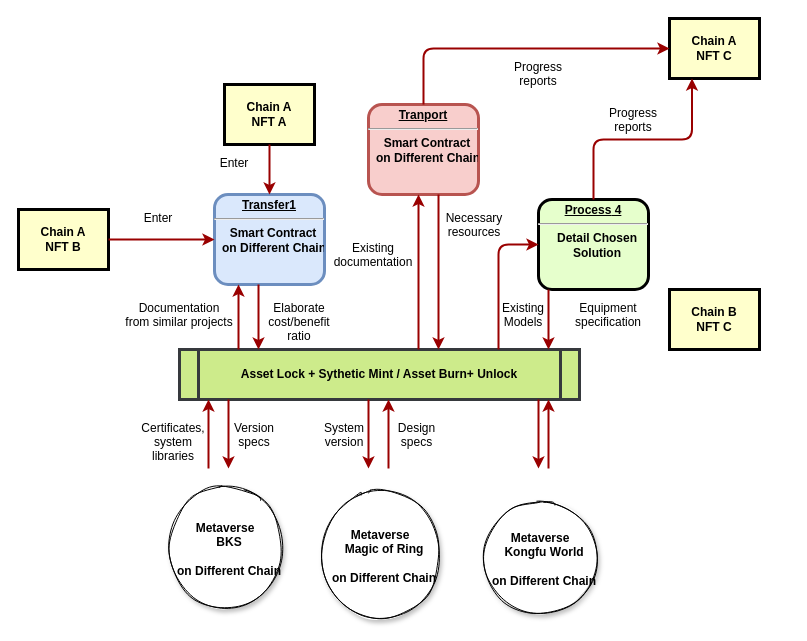
The draw.io diagram doc/Textverse-flow.drawio in twinsant/ethos, before the edit. Source tidied: cells renumbered, new cells numbered last; positions are measured from the earlier drawing's top-left corner, leaving out a move shared by most shapes. Both pictures are drawn from the tidied source at 100%, with x=0, y=0 at pixel (18, 18).
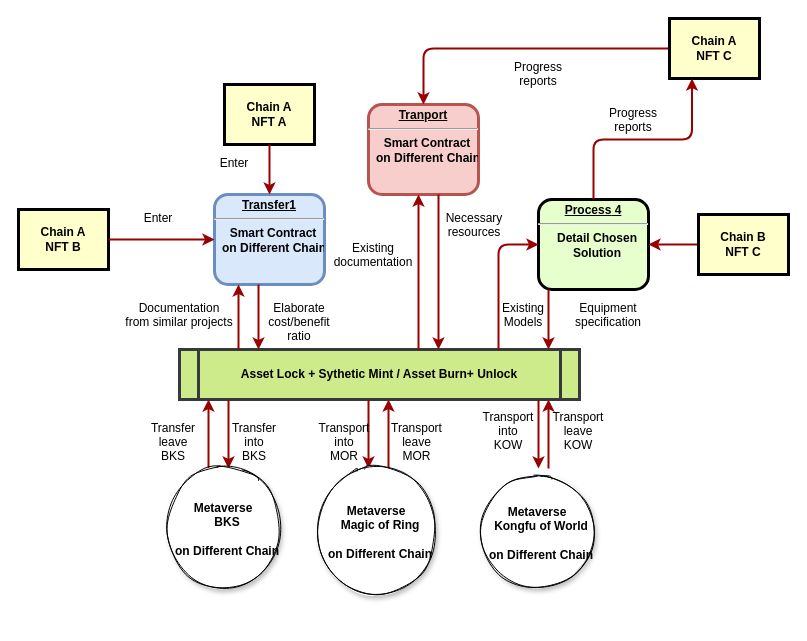
The same diagram, later.

The change refers to these unchanged cells:
```xml
<mxCell id="6" value="&lt;p style=&quot;margin: 0px ; margin-top: 4px ; text-align: center ; text-decoration: underline&quot;&gt;&lt;strong&gt;Tranport&lt;br&gt;&lt;/strong&gt;&lt;/p&gt;&lt;hr&gt;&lt;p style=&quot;margin: 0px 0px 0px 8px&quot;&gt;Smart Contract&lt;/p&gt;&lt;p style=&quot;margin: 0px 0px 0px 8px&quot;&gt;on Different Chain&lt;/p&gt;&lt;p style=&quot;margin: 0px 0px 0px 8px&quot;&gt;&lt;br&gt;&lt;/p&gt;" style="verticalAlign=middle;align=center;overflow=fill;fontSize=12;fontFamily=Helvetica;html=1;rounded=1;fontStyle=1;strokeWidth=3;fillColor=#f8cecc;strokeColor=#b85450;" parent="1" vertex="1">
  <mxGeometry x="350" y="86" width="110" height="90" as="geometry" />
</mxCell>
<mxCell id="7" value="&lt;p style=&quot;margin: 0px; margin-top: 4px; text-align: center; text-decoration: underline;&quot;&gt;&lt;strong&gt;&lt;strong&gt;Process&lt;/strong&gt; 4&lt;br /&gt;&lt;/strong&gt;&lt;/p&gt;&lt;hr /&gt;&lt;p style=&quot;margin: 0px; margin-left: 8px;&quot;&gt;Detail Chosen&lt;/p&gt;&lt;p style=&quot;margin: 0px; margin-left: 8px;&quot;&gt;Solution&lt;/p&gt;" style="verticalAlign=middle;align=center;overflow=fill;fontSize=12;fontFamily=Helvetica;html=1;rounded=1;fontStyle=1;strokeWidth=3;fillColor=#E6FFCC;" parent="1" vertex="1">
  <mxGeometry x="520" y="181" width="110" height="90" as="geometry" />
</mxCell>
<mxCell id="8" value="Chain A&#10;NFT C" style="whiteSpace=wrap;align=center;verticalAlign=middle;fontStyle=1;strokeWidth=3;fillColor=#FFFFCC;" parent="1" vertex="1">
  <mxGeometry x="651" width="90" height="60" as="geometry" />
</mxCell>
```

The edit, as a diff of the source:
```diff
@@
+    <mxCell id="43" style="edgeStyle=orthogonalEdgeStyle;rounded=1;jettySize=auto;html=1;exitX=0;exitY=0.5;exitDx=0;exitDy=0;entryX=0.5;entryY=0;entryDx=0;entryDy=0;strokeColor=#990000;strokeWidth=2;" parent="1" edge="1" source="8" target="6">
+      <mxGeometry relative="1" as="geometry" />
+    </mxCell>
@@
+    <mxCell id="44" style="edgeStyle=orthogonalEdgeStyle;rounded=1;jettySize=auto;html=1;exitX=0;exitY=0.5;exitDx=0;exitDy=0;entryX=1;entryY=0.5;entryDx=0;entryDy=0;strokeColor=#990000;strokeWidth=2;" parent="1" edge="1" source="9" target="7">
+      <mxGeometry relative="1" as="geometry" />
+    </mxCell>
     <mxCell id="9" value="Chain B&#10;NFT C" style="whiteSpace=wrap;align=center;verticalAlign=middle;fontStyle=1;strokeWidth=3;fillColor=#FFFFCC;" parent="1" vertex="1">
-      <mxGeometry x="651" y="271" width="90" height="60" as="geometry" />
+      <mxGeometry x="680" y="196" width="90" height="60" as="geometry" />
     </mxCell>
@@
-    <mxCell id="24" style="edgeStyle=elbowEdgeStyle;elbow=horizontal;strokeColor=#990000;strokeWidth=2;" parent="1" edge="1" source="6" target="8">
-      <mxGeometry relative="1" as="geometry">
-        <Array as="points">
-          <mxPoint x="405" y="80" />
-        </Array>
-      </mxGeometry>
-    </mxCell>
@@
-    <mxCell id="34" value="Version&#10;specs" style="text;spacingTop=-5;align=center;" parent="1" vertex="1">
+    <mxCell id="34" value="Transfer&#10;into&#10;BKS" style="text;spacingTop=-5;align=center;" parent="1" vertex="1">
       <mxGeometry x="221" y="401" width="30" height="20" as="geometry" />
     </mxCell>
-    <mxCell id="35" value="Certificates,&#10;system&#10;libraries" style="text;spacingTop=-5;align=center;" parent="1" vertex="1">
+    <mxCell id="35" value="Transfer&#10;leave&#10;BKS" style="text;spacingTop=-5;align=center;" parent="1" vertex="1">
       <mxGeometry x="140" y="401" width="30" height="20" as="geometry" />
     </mxCell>
@@
-    <mxCell id="38" value="Design&#10;specs" style="text;spacingTop=-5;align=center;" parent="1" vertex="1">
+    <mxCell id="38" value="Transport&#10;leave&#10;MOR" style="text;spacingTop=-5;align=center;" parent="1" vertex="1">
       <mxGeometry x="383.5" y="401" width="30" height="20" as="geometry" />
     </mxCell>
-    <mxCell id="39" value="System&#10;version" style="text;spacingTop=-5;align=center;" parent="1" vertex="1">
+    <mxCell id="39" value="Transport&#10;into&#10;MOR" style="text;spacingTop=-5;align=center;" parent="1" vertex="1">
       <mxGeometry x="311" y="401" width="30" height="20" as="geometry" />
     </mxCell>
     <mxCell id="40" value="&lt;p style=&quot;font-weight: 700 ; margin: 4px 0px 0px&quot;&gt;&lt;strong&gt;Metaverse&lt;/strong&gt;&lt;/p&gt;&lt;p style=&quot;font-weight: 700 ; margin: 0px 0px 0px 8px&quot;&gt;Magic of Ring&lt;/p&gt;&lt;p style=&quot;font-weight: 700 ; margin: 0px 0px 0px 8px&quot;&gt;&lt;br&gt;&lt;/p&gt;&lt;p style=&quot;font-weight: 700 ; margin: 0px 0px 0px 8px&quot;&gt;on Different Chain&lt;/p&gt;" style="ellipse;whiteSpace=wrap;html=1;rounded=1;shadow=1;glass=0;sketch=1;" parent="1" vertex="1">
-      <mxGeometry x="300" y="474" width="124" height="124" as="geometry" />
+      <mxGeometry x="296" y="450" width="124" height="124" as="geometry" />
     </mxCell>
     <mxCell id="41" value="&lt;p style=&quot;font-weight: 700 ; margin: 4px 0px 0px&quot;&gt;&lt;strong&gt;Metaverse&lt;/strong&gt;&lt;/p&gt;&lt;p style=&quot;font-weight: 700 ; margin: 0px 0px 0px 8px&quot;&gt;BKS&lt;/p&gt;&lt;p style=&quot;font-weight: 700 ; margin: 0px 0px 0px 8px&quot;&gt;&lt;br&gt;&lt;/p&gt;&lt;p style=&quot;font-weight: 700 ; margin: 0px 0px 0px 8px&quot;&gt;on Different Chain&lt;/p&gt;" style="ellipse;whiteSpace=wrap;html=1;rounded=1;shadow=1;glass=0;sketch=1;" parent="1" vertex="1">
-      <mxGeometry x="148" y="470" width="118" height="118" as="geometry" />
+      <mxGeometry x="146" y="450" width="118" height="118" as="geometry" />
     </mxCell>
-    <mxCell id="42" value="&lt;p style=&quot;font-weight: 700 ; margin: 4px 0px 0px&quot;&gt;&lt;strong&gt;Metaverse&lt;/strong&gt;&lt;/p&gt;&lt;p style=&quot;font-weight: 700 ; margin: 0px 0px 0px 8px&quot;&gt;Kongfu World&lt;/p&gt;&lt;p style=&quot;font-weight: 700 ; margin: 0px 0px 0px 8px&quot;&gt;&lt;br&gt;&lt;/p&gt;&lt;p style=&quot;font-weight: 700 ; margin: 0px 0px 0px 8px&quot;&gt;on Different Chain&lt;/p&gt;" style="ellipse;whiteSpace=wrap;html=1;rounded=1;shadow=1;glass=0;sketch=1;" parent="1" vertex="1">
-      <mxGeometry x="463" y="480" width="118" height="118" as="geometry" />
+    <mxCell id="42" value="&lt;p style=&quot;font-weight: 700 ; margin: 4px 0px 0px&quot;&gt;&lt;strong&gt;Metaverse&lt;/strong&gt;&lt;/p&gt;&lt;p style=&quot;font-weight: 700 ; margin: 0px 0px 0px 8px&quot;&gt;Kongfu of World&lt;/p&gt;&lt;p style=&quot;font-weight: 700 ; margin: 0px 0px 0px 8px&quot;&gt;&lt;br&gt;&lt;/p&gt;&lt;p style=&quot;font-weight: 700 ; margin: 0px 0px 0px 8px&quot;&gt;on Different Chain&lt;/p&gt;" style="ellipse;whiteSpace=wrap;html=1;rounded=1;shadow=1;glass=0;sketch=1;" parent="1" vertex="1">
+      <mxGeometry x="460" y="454" width="118" height="118" as="geometry" />
     </mxCell>
+    <mxCell id="45" value="Transport&#10;into&#10;KOW" style="text;spacingTop=-5;align=center;" parent="1" vertex="1">
+      <mxGeometry x="475" y="390" width="30" height="20" as="geometry" />
+    </mxCell>
+    <mxCell id="46" value="Transport&#10;leave&#10;KOW" style="text;spacingTop=-5;align=center;" parent="1" vertex="1">
+      <mxGeometry x="545" y="390" width="30" height="20" as="geometry" />
+    </mxCell>
```
